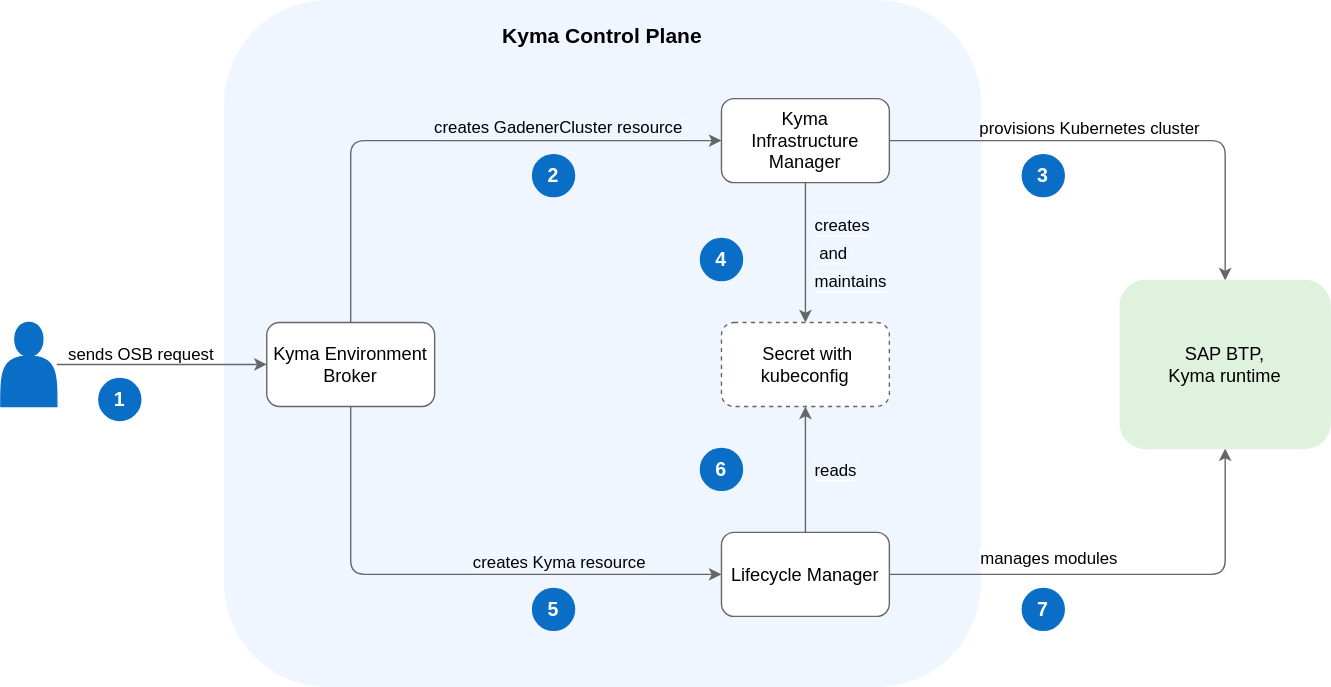
kyma-project/kyma-environment-broker keeps this draw.io diagram as docs/assets/target-keb-arch.drawio.svg. Above is the earlier version. Source tidied: cells renumbered, new cells last; positions are measured from the earlier drawing's top-left corner, leaving out a move shared by most shapes. The source it was exported from:
```xml
<mxGraphModel>
  <root>
    <mxCell id="0" />
    <mxCell id="1" parent="0" />
    <mxCell id="2" style="rounded=1;whiteSpace=wrap;html=1;align=left;fillColor=#f0f6ff;strokeColor=#f0f6ff;verticalAlign=middle;labelPosition=right;verticalLabelPosition=middle;" parent="1" vertex="1">
      <mxGeometry x="160" width="540" height="490" as="geometry" />
    </mxCell>
    <mxCell id="3" value="&lt;font style=&quot;font-size: 15px;&quot;&gt;&lt;b&gt;Kyma Control Plane&lt;/b&gt;&lt;/font&gt;" style="text;html=1;strokeColor=none;fillColor=none;align=center;verticalAlign=middle;whiteSpace=wrap;rounded=0;fontSize=19;labelPosition=center;verticalLabelPosition=middle;" parent="1" vertex="1">
      <mxGeometry x="340" y="10" width="180" height="30" as="geometry" />
    </mxCell>
    <mxCell id="4" style="edgeStyle=orthogonalEdgeStyle;rounded=1;jettySize=auto;html=1;entryX=0;entryY=0.5;entryDx=0;entryDy=0;strokeColor=#666666;" parent="1" edge="1" source="8" target="15">
      <mxGeometry relative="1" as="geometry">
        <Array as="points">
          <mxPoint x="250" y="100" />
        </Array>
      </mxGeometry>
    </mxCell>
    <mxCell id="5" value="&lt;font style=&quot;font-size: 12px; background-color: rgb(240, 246, 255);&quot;&gt;creates GadenerCluster resource&amp;nbsp;&lt;/font&gt;" style="edgeLabel;html=1;align=center;verticalAlign=bottom;" parent="4" vertex="1">
      <mxGeometry x="0.41" y="1" relative="1" as="geometry" />
    </mxCell>
    <mxCell id="6" style="edgeStyle=orthogonalEdgeStyle;rounded=1;jettySize=auto;html=1;entryX=0;entryY=0.5;entryDx=0;entryDy=0;strokeColor=#666666;" parent="1" edge="1" source="8" target="20">
      <mxGeometry relative="1" as="geometry">
        <Array as="points">
          <mxPoint x="250" y="410" />
        </Array>
      </mxGeometry>
    </mxCell>
    <mxCell id="7" value="&lt;font style=&quot;font-size: 12px; background-color: rgb(240, 246, 255);&quot;&gt;creates Kyma resource&lt;/font&gt;" style="edgeLabel;html=1;align=center;verticalAlign=bottom;" parent="6" vertex="1">
      <mxGeometry x="0.39" relative="1" as="geometry" />
    </mxCell>
    <mxCell id="8" value="&lt;font style=&quot;font-size: 13px;&quot;&gt;Kyma Environment Broker&lt;/font&gt;" style="rounded=1;whiteSpace=wrap;html=1;strokeColor=#666666;" parent="1" vertex="1">
      <mxGeometry x="190" y="230" width="120" height="60" as="geometry" />
    </mxCell>
    <mxCell id="9" style="edgeStyle=orthogonalEdgeStyle;rounded=1;jettySize=auto;html=1;entryX=0.5;entryY=0;entryDx=0;entryDy=0;strokeColor=#666666;" parent="1" edge="1" source="15" target="23">
      <mxGeometry relative="1" as="geometry" />
    </mxCell>
    <mxCell id="10" value="&lt;font style=&quot;font-size: 12px;&quot;&gt;provisions Kubernetes cluster&lt;/font&gt;" style="edgeLabel;html=1;align=center;verticalAlign=bottom;fontSize=12;" parent="9" vertex="1">
      <mxGeometry x="-0.44" y="-1" relative="1" as="geometry">
        <mxPoint x="47" y="-1" as="offset" />
      </mxGeometry>
    </mxCell>
    <mxCell id="11" style="edgeStyle=orthogonalEdgeStyle;rounded=1;jettySize=auto;html=1;strokeColor=#666666;" parent="1" edge="1" source="15" target="30">
      <mxGeometry relative="1" as="geometry" />
    </mxCell>
    <mxCell id="12" value="&lt;font style=&quot;font-size: 12px; background-color: rgb(240, 246, 255);&quot;&gt;&amp;nbsp;and&amp;nbsp;&lt;/font&gt;" style="edgeLabel;html=1;align=left;verticalAlign=middle;fontSize=12;labelPosition=right;verticalLabelPosition=middle;" parent="11" vertex="1">
      <mxGeometry x="-0.12" y="4" relative="1" as="geometry">
        <mxPoint x="1" y="6" as="offset" />
      </mxGeometry>
    </mxCell>
    <mxCell id="13" value="&lt;font style=&quot;font-size: 12px; background-color: rgb(240, 246, 255);&quot;&gt;creates&lt;/font&gt;" style="edgeLabel;html=1;align=left;verticalAlign=middle;labelPosition=right;verticalLabelPosition=middle;" parent="11" vertex="1">
      <mxGeometry x="-0.18" y="1" relative="1" as="geometry">
        <mxPoint x="4" y="-11" as="offset" />
      </mxGeometry>
    </mxCell>
    <mxCell id="14" value="&lt;font style=&quot;font-size: 12px; background-color: rgb(240, 246, 255);&quot;&gt;maintains&lt;/font&gt;" style="edgeLabel;html=1;align=left;verticalAlign=middle;labelPosition=right;verticalLabelPosition=middle;" parent="11" vertex="1">
      <mxGeometry x="0.3" relative="1" as="geometry">
        <mxPoint x="5" y="5" as="offset" />
      </mxGeometry>
    </mxCell>
    <mxCell id="15" value="&lt;font style=&quot;font-size: 13px;&quot;&gt;Kyma&lt;/font&gt;&lt;div&gt;&lt;font style=&quot;font-size: 13px;&quot;&gt;Infrastructure Manager&lt;/font&gt;&lt;/div&gt;" style="rounded=1;whiteSpace=wrap;html=1;strokeColor=#666666;" parent="1" vertex="1">
      <mxGeometry x="515" y="70" width="120" height="60" as="geometry" />
    </mxCell>
    <mxCell id="16" style="edgeStyle=orthogonalEdgeStyle;rounded=1;jettySize=auto;html=1;entryX=0.5;entryY=1;entryDx=0;entryDy=0;strokeColor=#666666;" parent="1" edge="1" source="20" target="23">
      <mxGeometry relative="1" as="geometry" />
    </mxCell>
    <mxCell id="17" value="&lt;font style=&quot;font-size: 12px;&quot;&gt;manages modules&lt;/font&gt;" style="edgeLabel;html=1;align=center;verticalAlign=bottom;fontSize=12;" parent="16" vertex="1">
      <mxGeometry x="-0.45" y="3" relative="1" as="geometry">
        <mxPoint x="21" as="offset" />
      </mxGeometry>
    </mxCell>
    <mxCell id="18" style="edgeStyle=orthogonalEdgeStyle;rounded=1;jettySize=auto;html=1;strokeColor=#666666;" parent="1" edge="1" source="20" target="30">
      <mxGeometry relative="1" as="geometry" />
    </mxCell>
    <mxCell id="19" value="&lt;font style=&quot;font-size: 12px; background-color: rgb(240, 246, 255);&quot;&gt;reads&lt;/font&gt;" style="edgeLabel;html=1;align=left;verticalAlign=middle;labelPosition=right;verticalLabelPosition=middle;" parent="18" vertex="1">
      <mxGeometry x="-0.31" y="2" relative="1" as="geometry">
        <mxPoint x="7" y="-14" as="offset" />
      </mxGeometry>
    </mxCell>
    <mxCell id="20" value="&lt;font style=&quot;font-size: 13px;&quot;&gt;Lifecycle Manager&lt;/font&gt;" style="rounded=1;whiteSpace=wrap;html=1;strokeColor=#666666;" parent="1" vertex="1">
      <mxGeometry x="515" y="380" width="120" height="60" as="geometry" />
    </mxCell>
    <mxCell id="21" style="edgeStyle=orthogonalEdgeStyle;rounded=1;jettySize=auto;html=1;strokeColor=#666666;" parent="1" edge="1" source="22" target="8">
      <mxGeometry relative="1" as="geometry" />
    </mxCell>
    <mxCell id="22" style="shape=actor;whiteSpace=wrap;html=1;fillColor=#0a6ec7;strokeColor=#0a6ec7;" parent="1" vertex="1">
      <mxGeometry y="230" width="40" height="60" as="geometry" />
    </mxCell>
    <mxCell id="23" value="SAP BTP, &lt;br&gt;Kyma runtime" style="rounded=1;whiteSpace=wrap;html=1;fontSize=13;fillColor=#def2dd;strokeColor=#def2dd;" parent="1" vertex="1">
      <mxGeometry x="800" y="200" width="150" height="120" as="geometry" />
    </mxCell>
    <mxCell id="24" value="&lt;font color=&quot;#ffffff&quot; size=&quot;1&quot;&gt;&lt;b style=&quot;font-size: 14px;&quot;&gt;1&lt;/b&gt;&lt;/font&gt;" style="ellipse;whiteSpace=wrap;html=1;fontSize=12;fillColor=#0a6ec7;strokeColor=#0a6ec7;" parent="1" vertex="1">
      <mxGeometry x="70" y="270" width="30" height="30" as="geometry" />
    </mxCell>
    <mxCell id="25" value="sends OSB request" style="text;html=1;align=center;verticalAlign=middle;strokeColor=none;fillColor=none;" parent="1" vertex="1">
      <mxGeometry x="35" y="238" width="130" height="30" as="geometry" />
    </mxCell>
    <mxCell id="26" value="&lt;font color=&quot;#ffffff&quot; size=&quot;1&quot;&gt;&lt;b style=&quot;font-size: 14px;&quot;&gt;2&lt;/b&gt;&lt;/font&gt;" style="ellipse;whiteSpace=wrap;html=1;fontSize=12;fillColor=#0a6ec7;strokeColor=#0a6ec7;" parent="1" vertex="1">
      <mxGeometry x="380" y="110" width="30" height="30" as="geometry" />
    </mxCell>
    <mxCell id="27" value="&lt;font color=&quot;#ffffff&quot; size=&quot;1&quot;&gt;&lt;b style=&quot;font-size: 14px;&quot;&gt;5&lt;/b&gt;&lt;/font&gt;" style="ellipse;whiteSpace=wrap;html=1;fontSize=12;fillColor=#0a6ec7;strokeColor=#0a6ec7;" parent="1" vertex="1">
      <mxGeometry x="380" y="420" width="30" height="30" as="geometry" />
    </mxCell>
    <mxCell id="28" value="&lt;font color=&quot;#ffffff&quot; size=&quot;1&quot;&gt;&lt;b style=&quot;font-size: 14px;&quot;&gt;3&lt;/b&gt;&lt;/font&gt;" style="ellipse;whiteSpace=wrap;html=1;fontSize=12;fillColor=#0a6ec7;strokeColor=#0a6ec7;" parent="1" vertex="1">
      <mxGeometry x="730" y="110" width="30" height="30" as="geometry" />
    </mxCell>
    <mxCell id="29" value="&lt;font color=&quot;#ffffff&quot; size=&quot;1&quot;&gt;&lt;b style=&quot;font-size: 14px;&quot;&gt;7&lt;/b&gt;&lt;/font&gt;" style="ellipse;whiteSpace=wrap;html=1;fontSize=12;fillColor=#0a6ec7;strokeColor=#0a6ec7;" parent="1" vertex="1">
      <mxGeometry x="730" y="420" width="30" height="30" as="geometry" />
    </mxCell>
    <mxCell id="30" value="&lt;span style=&quot;font-size: 13px;&quot;&gt;&amp;nbsp;Secret with kubeconfig&lt;/span&gt;" style="rounded=1;whiteSpace=wrap;html=1;strokeColor=#666666;dashed=1;" parent="1" vertex="1">
      <mxGeometry x="515" y="230" width="120" height="60" as="geometry" />
    </mxCell>
    <mxCell id="31" value="&lt;font color=&quot;#ffffff&quot; size=&quot;1&quot;&gt;&lt;b style=&quot;font-size: 14px;&quot;&gt;4&lt;/b&gt;&lt;/font&gt;" style="ellipse;whiteSpace=wrap;html=1;fontSize=12;fillColor=#0a6ec7;strokeColor=#0a6ec7;" parent="1" vertex="1">
      <mxGeometry x="500" y="170" width="30" height="30" as="geometry" />
    </mxCell>
    <mxCell id="32" value="&lt;font color=&quot;#ffffff&quot; size=&quot;1&quot;&gt;&lt;b style=&quot;font-size: 14px;&quot;&gt;6&lt;/b&gt;&lt;/font&gt;" style="ellipse;whiteSpace=wrap;html=1;fontSize=12;fillColor=#0a6ec7;strokeColor=#0a6ec7;" parent="1" vertex="1">
      <mxGeometry x="500" y="320" width="30" height="30" as="geometry" />
    </mxCell>
  </root>
</mxGraphModel>
```
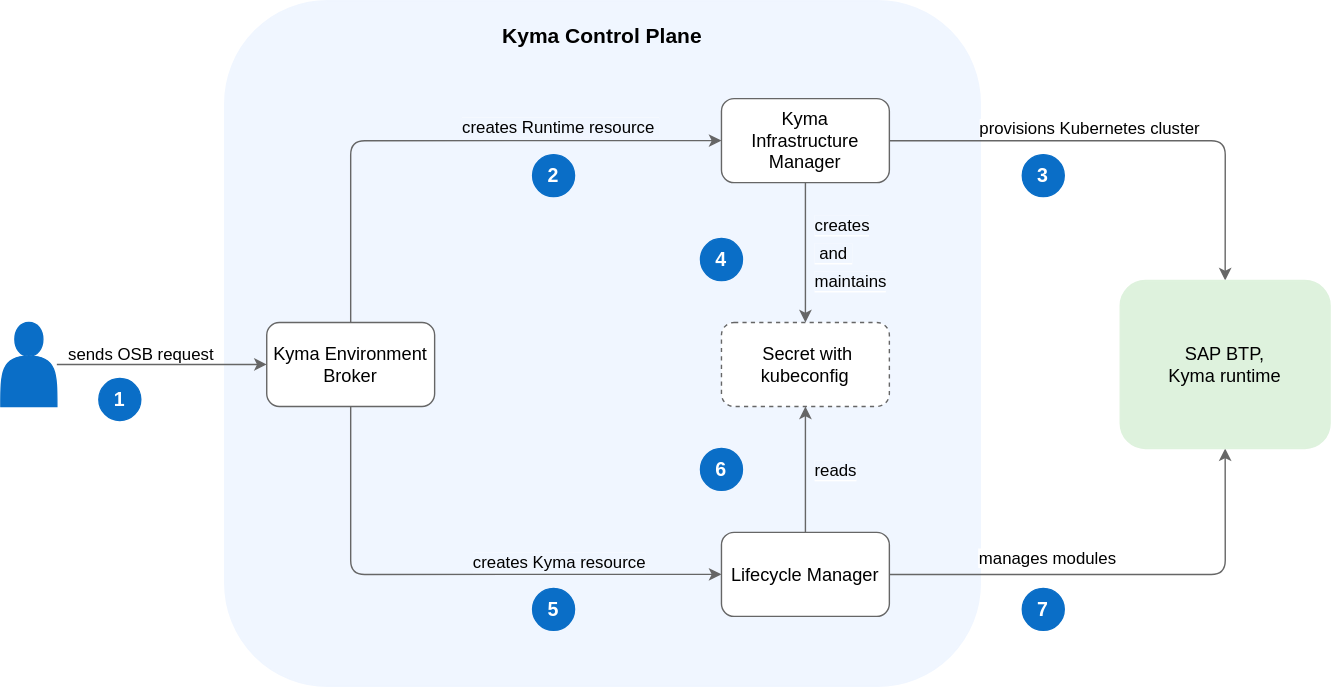
The same file after the commit.

Change to the diagram source:
```diff
@@ -15,7 +15,7 @@
         </Array>
       </mxGeometry>
     </mxCell>
-    <mxCell id="5" value="&lt;font style=&quot;font-size: 12px; background-color: rgb(240, 246, 255);&quot;&gt;creates GadenerCluster resource&amp;nbsp;&lt;/font&gt;" style="edgeLabel;html=1;align=center;verticalAlign=bottom;" parent="4" vertex="1">
+    <mxCell id="5" value="&lt;font style=&quot;font-size: 12px; background-color: rgb(240, 246, 255);&quot;&gt;creates Runtime resource&amp;nbsp;&lt;/font&gt;" style="edgeLabel;html=1;align=center;verticalAlign=bottom;" parent="4" vertex="1">
       <mxGeometry x="0.41" y="1" relative="1" as="geometry" />
     </mxCell>
     <mxCell id="6" style="edgeStyle=orthogonalEdgeStyle;rounded=1;jettySize=auto;html=1;entryX=0;entryY=0.5;entryDx=0;entryDy=0;strokeColor=#666666;" parent="1" edge="1" source="8" target="20">
```
